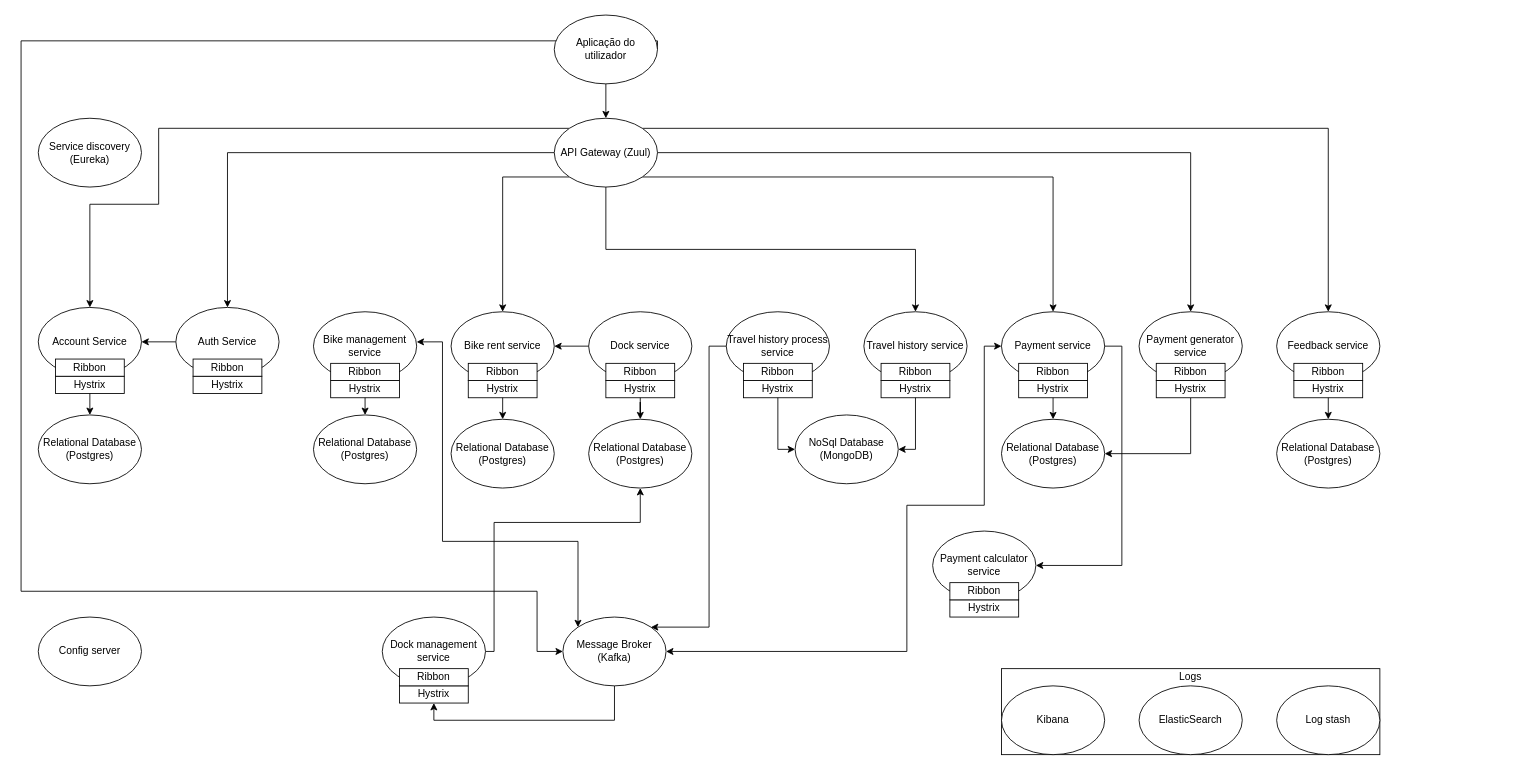
Earlier version of the draw.io diagram architecture.drawio (danielpinto8zz6/BikeSharing). Source tidied: cells renumbered, new cells numbered last; positions are measured from the earlier drawing's top-left corner, leaving out a move shared by most shapes. Both pictures are drawn from the tidied source at 86%, with x=0, y=0 at pixel (21, 15).
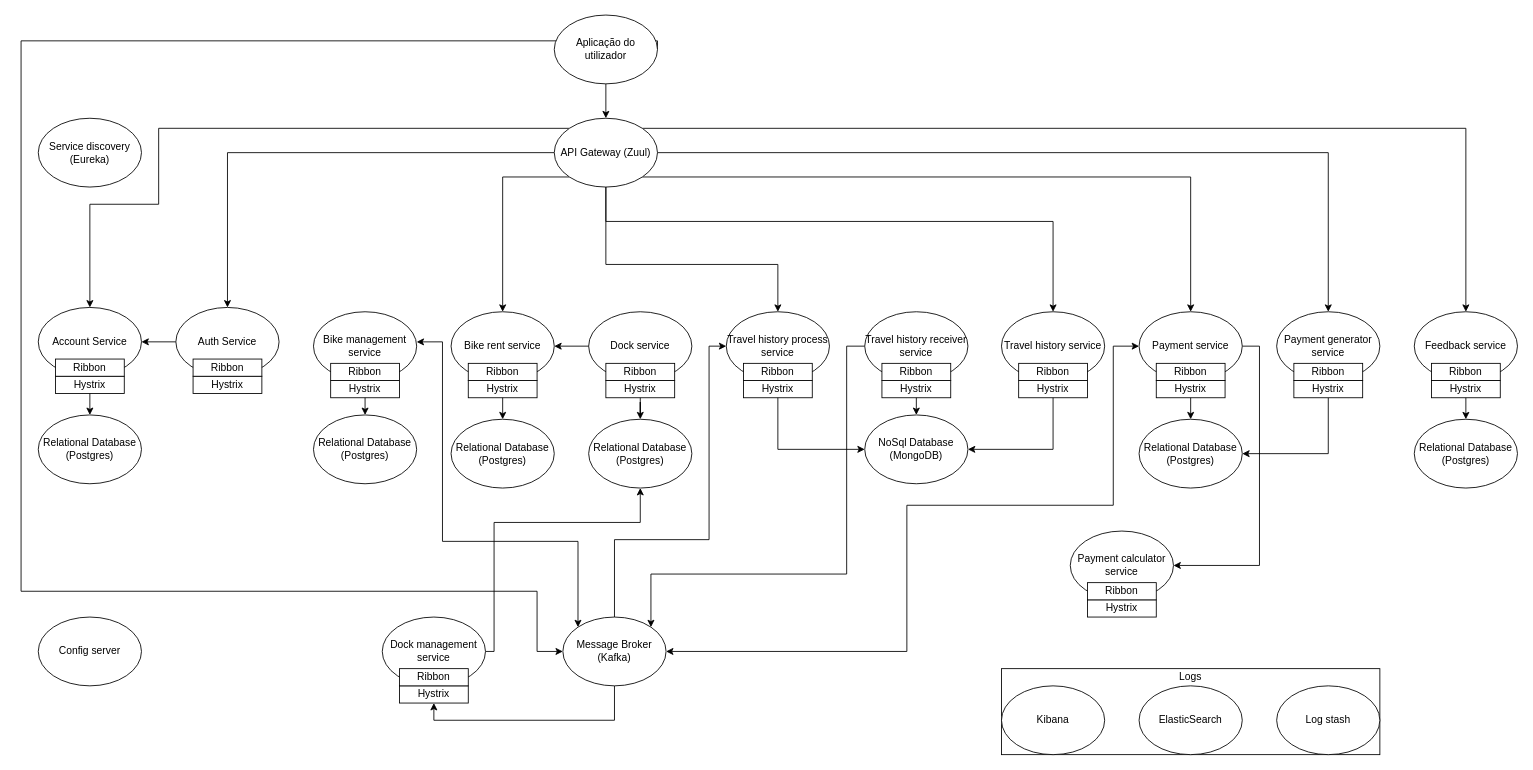
The same diagram, later.

Unchanged cells that the change refers to:
```xml
<mxCell id="13" value="API Gateway (Zuul)" style="ellipse;whiteSpace=wrap;html=1;" parent="1" vertex="1">
  <mxGeometry x="620" y="120" width="120" height="80" as="geometry" />
</mxCell>
<mxCell id="33" value="Travel history process service" style="ellipse;whiteSpace=wrap;html=1;" parent="1" vertex="1">
  <mxGeometry x="820" y="345" width="120" height="80" as="geometry" />
</mxCell>
<mxCell id="46" value="Message Broker (Kafka)" style="ellipse;whiteSpace=wrap;html=1;" parent="1" vertex="1">
  <mxGeometry x="630" y="700" width="120" height="80" as="geometry" />
</mxCell>
```

Diff of the diagram source:
```diff
@@
     <mxCell id="8" style="edgeStyle=orthogonalEdgeStyle;rounded=0;jettySize=auto;html=1;exitX=0.5;exitY=1;exitDx=0;exitDy=0;entryX=0.5;entryY=0;entryDx=0;entryDy=0;" parent="1" edge="1" source="13" target="44">
-      <mxGeometry relative="1" as="geometry" />
+      <mxGeometry relative="1" as="geometry">
+        <Array as="points">
+          <mxPoint x="680" y="240" />
+          <mxPoint x="1200" y="240" />
+        </Array>
+      </mxGeometry>
     </mxCell>
@@
+    <mxCell id="92" style="edgeStyle=orthogonalEdgeStyle;rounded=0;jettySize=auto;html=1;" parent="1" edge="1" source="13" target="33">
+      <mxGeometry relative="1" as="geometry">
+        <Array as="points">
+          <mxPoint x="680" y="290" />
+          <mxPoint x="880" y="290" />
+        </Array>
+      </mxGeometry>
+    </mxCell>
@@
     <mxCell id="20" value="Payment service" style="ellipse;whiteSpace=wrap;html=1;" parent="1" vertex="1">
-      <mxGeometry x="1140" y="345" width="120" height="80" as="geometry" />
+      <mxGeometry x="1300" y="345" width="120" height="80" as="geometry" />
     </mxCell>
     <mxCell id="21" value="Relational Database (Postgres)" style="ellipse;whiteSpace=wrap;html=1;" parent="1" vertex="1">
-      <mxGeometry x="1140" y="470" width="120" height="80" as="geometry" />
+      <mxGeometry x="1300" y="470" width="120" height="80" as="geometry" />
     </mxCell>
@@
-    <mxCell id="32" style="edgeStyle=orthogonalEdgeStyle;rounded=0;jettySize=auto;html=1;exitX=0;exitY=0.5;exitDx=0;exitDy=0;entryX=1;entryY=0;entryDx=0;entryDy=0;" parent="1" edge="1" source="33" target="46">
-      <mxGeometry relative="1" as="geometry">
-        <Array as="points">
-          <mxPoint x="800" y="385" />
-          <mxPoint x="800" y="712" />
-        </Array>
-      </mxGeometry>
-    </mxCell>
@@
     <mxCell id="36" value="Feedback service" style="ellipse;whiteSpace=wrap;html=1;" parent="1" vertex="1">
-      <mxGeometry x="1460" y="345" width="120" height="80" as="geometry" />
+      <mxGeometry x="1620" y="345" width="120" height="80" as="geometry" />
     </mxCell>
@@
     <mxCell id="39" value="Relational Database (Postgres)" style="ellipse;whiteSpace=wrap;html=1;" parent="1" vertex="1">
-      <mxGeometry x="1460" y="470" width="120" height="80" as="geometry" />
+      <mxGeometry x="1620" y="470" width="120" height="80" as="geometry" />
     </mxCell>
     <mxCell id="40" value="NoSql Database (MongoDB)" style="ellipse;whiteSpace=wrap;html=1;" parent="1" vertex="1">
-      <mxGeometry x="900" y="465" width="120" height="80" as="geometry" />
+      <mxGeometry x="981" y="465" width="120" height="80" as="geometry" />
     </mxCell>
@@
     <mxCell id="44" value="Travel history service" style="ellipse;whiteSpace=wrap;html=1;" parent="1" vertex="1">
-      <mxGeometry x="980" y="345" width="120" height="80" as="geometry" />
+      <mxGeometry x="1140" y="345" width="120" height="80" as="geometry" />
     </mxCell>
@@
+    <mxCell id="93" style="edgeStyle=orthogonalEdgeStyle;rounded=0;jettySize=auto;html=1;entryX=0;entryY=0.5;entryDx=0;entryDy=0;" parent="1" edge="1" source="46" target="33">
+      <mxGeometry relative="1" as="geometry">
+        <Array as="points">
+          <mxPoint x="690" y="610" />
+          <mxPoint x="800" y="610" />
+          <mxPoint x="800" y="385" />
+        </Array>
+      </mxGeometry>
+    </mxCell>
@@
     <mxCell id="63" value="Hystrix" style="rounded=0;whiteSpace=wrap;html=1;" parent="1" vertex="1">
-      <mxGeometry x="1000" y="425" width="80" height="20" as="geometry" />
+      <mxGeometry x="1160" y="425" width="80" height="20" as="geometry" />
     </mxCell>
     <mxCell id="64" value="Ribbon" style="rounded=0;whiteSpace=wrap;html=1;" parent="1" vertex="1">
-      <mxGeometry x="1000" y="405" width="80" height="20" as="geometry" />
+      <mxGeometry x="1160" y="405" width="80" height="20" as="geometry" />
     </mxCell>
     <mxCell id="65" value="Ribbon" style="rounded=0;whiteSpace=wrap;html=1;" parent="1" vertex="1">
-      <mxGeometry x="1160" y="405" width="80" height="20" as="geometry" />
+      <mxGeometry x="1320" y="405" width="80" height="20" as="geometry" />
     </mxCell>
     <mxCell id="66" value="Hystrix" style="rounded=0;whiteSpace=wrap;html=1;" parent="1" vertex="1">
-      <mxGeometry x="1160" y="425" width="80" height="20" as="geometry" />
+      <mxGeometry x="1320" y="425" width="80" height="20" as="geometry" />
     </mxCell>
     <mxCell id="67" value="Ribbon" style="rounded=0;whiteSpace=wrap;html=1;" parent="1" vertex="1">
-      <mxGeometry x="1480" y="405" width="80" height="20" as="geometry" />
+      <mxGeometry x="1640" y="405" width="80" height="20" as="geometry" />
     </mxCell>
     <mxCell id="68" value="Hystrix" style="rounded=0;whiteSpace=wrap;html=1;" parent="1" vertex="1">
-      <mxGeometry x="1480" y="425" width="80" height="20" as="geometry" />
+      <mxGeometry x="1640" y="425" width="80" height="20" as="geometry" />
     </mxCell>
@@
     <mxCell id="74" style="group;" parent="1" vertex="1">
-      <mxGeometry x="1060" y="600" width="120" height="100" as="geometry" />
+      <mxGeometry x="1220" y="600" width="120" height="100" as="geometry" />
     </mxCell>
@@
     <mxCell id="79" style="endArrow=classic;startArrow=classic;html=1;entryX=1;entryY=0.5;entryDx=0;entryDy=0;edgeStyle=orthogonalEdgeStyle;rounded=0;exitX=0;exitY=0.5;exitDx=0;exitDy=0;" parent="1" edge="1" source="20" target="46">
       <mxGeometry relative="1" as="geometry">
         <Array as="points">
-          <mxPoint x="1120" y="385" />
-          <mxPoint x="1120" y="570" />
+          <mxPoint x="1270" y="385" />
+          <mxPoint x="1270" y="570" />
           <mxPoint x="1030" y="570" />
           <mxPoint x="1030" y="740" />
         </Array>
       </mxGeometry>
     </mxCell>
@@
     <mxCell id="88" value="Payment generator service" style="ellipse;whiteSpace=wrap;html=1;" parent="1" vertex="1">
-      <mxGeometry x="1300" y="345" width="120" height="80" as="geometry" />
+      <mxGeometry x="1460" y="345" width="120" height="80" as="geometry" />
     </mxCell>
     <mxCell id="89" value="Ribbon" style="rounded=0;whiteSpace=wrap;html=1;" parent="1" vertex="1">
-      <mxGeometry x="1320" y="405" width="80" height="20" as="geometry" />
+      <mxGeometry x="1480" y="405" width="80" height="20" as="geometry" />
     </mxCell>
     <mxCell id="90" style="edgeStyle=orthogonalEdgeStyle;rounded=0;jettySize=auto;html=1;entryX=1;entryY=0.5;entryDx=0;entryDy=0;" parent="1" edge="1" source="91" target="21">
       <mxGeometry relative="1" as="geometry">
         <Array as="points">
-          <mxPoint x="1360" y="510" />
+          <mxPoint x="1520" y="510" />
         </Array>
       </mxGeometry>
     </mxCell>
     <mxCell id="91" value="Hystrix" style="rounded=0;whiteSpace=wrap;html=1;" parent="1" vertex="1">
-      <mxGeometry x="1320" y="425" width="80" height="20" as="geometry" />
+      <mxGeometry x="1480" y="425" width="80" height="20" as="geometry" />
     </mxCell>
+    <mxCell id="94" style="edgeStyle=orthogonalEdgeStyle;rounded=0;jettySize=auto;html=1;entryX=0.5;entryY=0;entryDx=0;entryDy=0;" parent="1" edge="1" source="96" target="40">
+      <mxGeometry relative="1" as="geometry" />
+    </mxCell>
+    <mxCell id="95" style="edgeStyle=orthogonalEdgeStyle;rounded=0;jettySize=auto;html=1;entryX=1;entryY=0;entryDx=0;entryDy=0;" parent="1" edge="1" source="96" target="46">
+      <mxGeometry relative="1" as="geometry">
+        <Array as="points">
+          <mxPoint x="960" y="385" />
+          <mxPoint x="960" y="650" />
+          <mxPoint x="732" y="650" />
+        </Array>
+      </mxGeometry>
+    </mxCell>
+    <mxCell id="96" value="Travel history receiver service" style="ellipse;whiteSpace=wrap;html=1;" parent="1" vertex="1">
+      <mxGeometry x="981" y="345" width="120" height="80" as="geometry" />
+    </mxCell>
+    <mxCell id="97" value="Hystrix" style="rounded=0;whiteSpace=wrap;html=1;" parent="1" vertex="1">
+      <mxGeometry x="1001" y="425" width="80" height="20" as="geometry" />
+    </mxCell>
+    <mxCell id="98" value="Ribbon" style="rounded=0;whiteSpace=wrap;html=1;" parent="1" vertex="1">
+      <mxGeometry x="1001" y="405" width="80" height="20" as="geometry" />
+    </mxCell>
```
